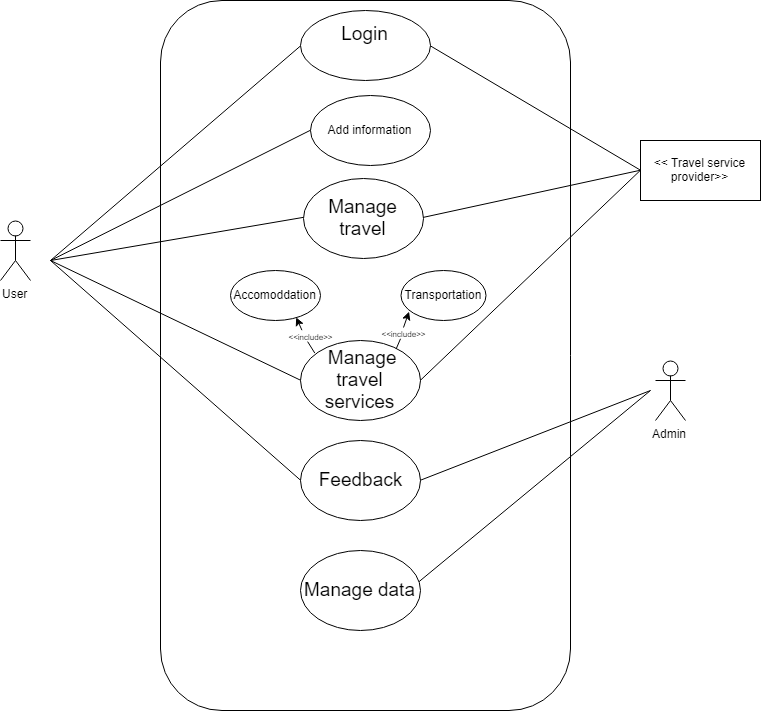
This is Functional/Usecase.png from group-c/sw-project, a draw.io export, as it was before one commit. Source tidied: cells renumbered, new cells last; positions are measured from the earlier drawing's top-left corner, leaving out a move shared by most shapes. Its diagram source:
```xml
<mxGraphModel>
  <root>
    <mxCell id="0" />
    <mxCell id="1" parent="0" />
    <mxCell id="2" value="User&lt;br&gt;&lt;br&gt;" style="shape=umlActor;verticalLabelPosition=bottom;labelBackgroundColor=#ffffff;verticalAlign=top;html=1;" parent="1" vertex="1">
      <mxGeometry y="220" width="30" height="60" as="geometry" />
    </mxCell>
    <mxCell id="3" style="rounded=1;whiteSpace=wrap;html=1;" parent="1" vertex="1">
      <mxGeometry x="160" width="410" height="710" as="geometry" />
    </mxCell>
    <mxCell id="4" value="&lt;font style=&quot;font-size: 19px&quot;&gt;Login&lt;br&gt;&lt;br&gt;&lt;/font&gt;" style="ellipse;whiteSpace=wrap;html=1;" parent="1" vertex="1">
      <mxGeometry x="300" y="10" width="130" height="70" as="geometry" />
    </mxCell>
    <mxCell id="5" value="&lt;p&gt;&lt;font style=&quot;font-size: 19px&quot;&gt;Manage travel&lt;/font&gt;&lt;/p&gt;" style="ellipse;whiteSpace=wrap;html=1;" parent="1" vertex="1">
      <mxGeometry x="303" y="177.5" width="120" height="80" as="geometry" />
    </mxCell>
    <mxCell id="6" value="&lt;font style=&quot;font-size: 19px&quot;&gt;&amp;nbsp;Manage travel services&lt;/font&gt;&lt;br&gt;" style="ellipse;whiteSpace=wrap;html=1;" parent="1" vertex="1">
      <mxGeometry x="300" y="340" width="120" height="80" as="geometry" />
    </mxCell>
    <mxCell id="7" style="endArrow=none;html=1;entryX=0;entryY=0.5;entryDx=0;entryDy=0;" parent="1" edge="1" target="4">
      <mxGeometry relative="1" as="geometry">
        <mxPoint x="50" y="260" as="sourcePoint" />
      </mxGeometry>
    </mxCell>
    <mxCell id="8" style="endArrow=none;html=1;exitX=0;exitY=0.5;exitDx=0;exitDy=0;" parent="1" edge="1" source="5">
      <mxGeometry relative="1" as="geometry">
        <mxPoint x="50" y="260" as="targetPoint" />
      </mxGeometry>
    </mxCell>
    <mxCell id="9" style="endArrow=none;html=1;exitX=0;exitY=0.5;exitDx=0;exitDy=0;" parent="1" edge="1" source="6">
      <mxGeometry relative="1" as="geometry">
        <mxPoint x="50" y="260" as="targetPoint" />
      </mxGeometry>
    </mxCell>
    <mxCell id="10" value="Admin&lt;br&gt;&lt;br&gt;" style="shape=umlActor;verticalLabelPosition=bottom;labelBackgroundColor=#ffffff;verticalAlign=top;html=1;" parent="1" vertex="1">
      <mxGeometry x="655" y="360" width="30" height="60" as="geometry" />
    </mxCell>
    <mxCell id="11" value="&lt;font style=&quot;font-size: 19px&quot;&gt;Feedback&lt;/font&gt;" style="ellipse;whiteSpace=wrap;html=1;" parent="1" vertex="1">
      <mxGeometry x="300" y="440" width="120" height="80" as="geometry" />
    </mxCell>
    <mxCell id="12" value="&amp;lt;&amp;lt; Travel service provider&amp;gt;&amp;gt;" style="rounded=0;whiteSpace=wrap;html=1;" parent="1" vertex="1">
      <mxGeometry x="640" y="140" width="120" height="60" as="geometry" />
    </mxCell>
    <mxCell id="13" style="endArrow=none;html=1;entryX=0;entryY=0.5;entryDx=0;entryDy=0;exitX=1;exitY=0.5;exitDx=0;exitDy=0;" parent="1" edge="1" source="5" target="12">
      <mxGeometry relative="1" as="geometry" />
    </mxCell>
    <mxCell id="14" value="Accomoddation" style="ellipse;whiteSpace=wrap;html=1;" parent="1" vertex="1">
      <mxGeometry x="230" y="270" width="90" height="50" as="geometry" />
    </mxCell>
    <mxCell id="15" value="Transportation" style="ellipse;whiteSpace=wrap;html=1;" parent="1" vertex="1">
      <mxGeometry x="400" y="270" width="85" height="50" as="geometry" />
    </mxCell>
    <mxCell id="16" style="endArrow=none;html=1;entryX=0;entryY=0.5;entryDx=0;entryDy=0;exitX=1;exitY=0.5;exitDx=0;exitDy=0;" parent="1" edge="1" source="6" target="12">
      <mxGeometry relative="1" as="geometry" />
    </mxCell>
    <mxCell id="17" style="endArrow=none;html=1;exitX=0;exitY=0.5;exitDx=0;exitDy=0;" parent="1" edge="1" source="11">
      <mxGeometry relative="1" as="geometry">
        <mxPoint x="50" y="260" as="targetPoint" />
      </mxGeometry>
    </mxCell>
    <mxCell id="18" style="endArrow=none;html=1;exitX=1;exitY=0.5;exitDx=0;exitDy=0;" parent="1" edge="1" source="11">
      <mxGeometry relative="1" as="geometry">
        <mxPoint x="650" y="390" as="targetPoint" />
      </mxGeometry>
    </mxCell>
    <mxCell id="19" value="&lt;font style=&quot;font-size: 8px&quot;&gt;&amp;lt;&amp;lt;include&amp;gt;&amp;gt;&lt;/font&gt;" style="text;html=1;strokeColor=none;fillColor=none;align=center;verticalAlign=middle;whiteSpace=wrap;rounded=0;" parent="1" vertex="1">
      <mxGeometry x="290" y="330" width="40" height="10" as="geometry" />
    </mxCell>
    <mxCell id="20" style="endArrow=none;html=1;entryX=0.431;entryY=1.118;entryDx=0;entryDy=0;entryPerimeter=0;exitX=0.122;exitY=0.161;exitDx=0;exitDy=0;exitPerimeter=0;" parent="1" edge="1" source="6" target="19">
      <mxGeometry relative="1" as="geometry" />
    </mxCell>
    <mxCell id="21" style="endArrow=classic;html=1;entryX=0.729;entryY=0.941;entryDx=0;entryDy=0;entryPerimeter=0;exitX=0.276;exitY=-0.046;exitDx=0;exitDy=0;exitPerimeter=0;" parent="1" edge="1" source="19" target="14">
      <mxGeometry relative="1" as="geometry" />
    </mxCell>
    <mxCell id="22" value="&lt;font style=&quot;font-size: 8px&quot;&gt;&amp;lt;&amp;lt;include&amp;gt;&amp;gt;&lt;/font&gt;" style="text;html=1;strokeColor=none;fillColor=none;align=center;verticalAlign=middle;whiteSpace=wrap;rounded=0;" parent="1" vertex="1">
      <mxGeometry x="383" y="326.5" width="40" height="10" as="geometry" />
    </mxCell>
    <mxCell id="23" style="endArrow=none;html=1;exitX=0.8;exitY=0.1;exitDx=0;exitDy=0;exitPerimeter=0;entryX=0.431;entryY=1.118;entryDx=0;entryDy=0;entryPerimeter=0;" parent="1" edge="1" source="6" target="22">
      <mxGeometry relative="1" as="geometry" />
    </mxCell>
    <mxCell id="24" style="endArrow=classic;html=1;entryX=0.106;entryY=0.827;entryDx=0;entryDy=0;entryPerimeter=0;" parent="1" edge="1" target="15">
      <mxGeometry relative="1" as="geometry">
        <mxPoint x="403" y="327" as="sourcePoint" />
      </mxGeometry>
    </mxCell>
    <mxCell id="25" value="&lt;font style=&quot;font-size: 19px&quot;&gt;Manage data&lt;br&gt;&lt;/font&gt;" style="ellipse;whiteSpace=wrap;html=1;" parent="1" vertex="1">
      <mxGeometry x="300" y="550" width="120" height="80" as="geometry" />
    </mxCell>
    <mxCell id="26" style="endArrow=none;html=1;exitX=0.988;exitY=0.384;exitDx=0;exitDy=0;exitPerimeter=0;" parent="1" edge="1" source="25">
      <mxGeometry relative="1" as="geometry">
        <mxPoint x="650" y="390" as="targetPoint" />
      </mxGeometry>
    </mxCell>
    <mxCell id="27" value="&lt;span&gt;Add information&lt;/span&gt;" style="ellipse;whiteSpace=wrap;html=1;" parent="1" vertex="1">
      <mxGeometry x="310" y="95" width="120" height="70" as="geometry" />
    </mxCell>
    <mxCell id="28" style="endArrow=none;html=1;entryX=0;entryY=0.5;entryDx=0;entryDy=0;" parent="1" edge="1" target="27">
      <mxGeometry relative="1" as="geometry">
        <mxPoint x="50" y="260" as="sourcePoint" />
      </mxGeometry>
    </mxCell>
    <mxCell id="29" style="endArrow=none;html=1;entryX=1;entryY=0.5;entryDx=0;entryDy=0;exitX=0;exitY=0.5;exitDx=0;exitDy=0;" parent="1" edge="1" source="12" target="4">
      <mxGeometry relative="1" as="geometry" />
    </mxCell>
  </root>
</mxGraphModel>
```
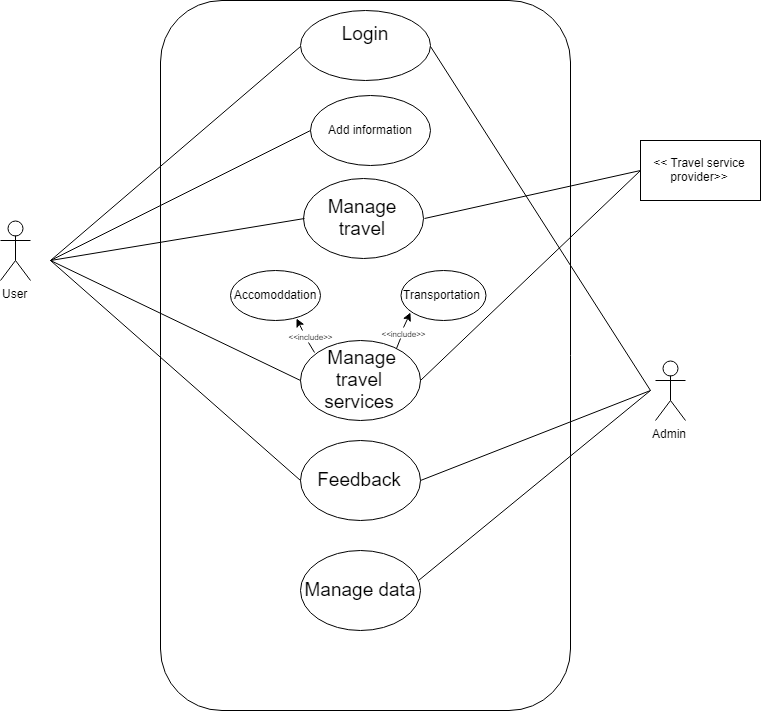
Later version of the same file.

What changed in the source:
```diff
@@ -17,21 +17,21 @@
     <mxCell id="6" value="&lt;font style=&quot;font-size: 19px&quot;&gt;&amp;nbsp;Manage travel services&lt;/font&gt;&lt;br&gt;" style="ellipse;whiteSpace=wrap;html=1;" parent="1" vertex="1">
       <mxGeometry x="300" y="340" width="120" height="80" as="geometry" />
     </mxCell>
-    <mxCell id="7" style="endArrow=none;html=1;entryX=0;entryY=0.5;entryDx=0;entryDy=0;" parent="1" edge="1" target="4">
-      <mxGeometry relative="1" as="geometry">
-        <mxPoint x="50" y="260" as="sourcePoint" />
-      </mxGeometry>
-    </mxCell>
-    <mxCell id="8" style="endArrow=none;html=1;exitX=0;exitY=0.5;exitDx=0;exitDy=0;" parent="1" edge="1" source="5">
-      <mxGeometry relative="1" as="geometry">
-        <mxPoint x="50" y="260" as="targetPoint" />
-      </mxGeometry>
-    </mxCell>
-    <mxCell id="9" style="endArrow=none;html=1;exitX=0;exitY=0.5;exitDx=0;exitDy=0;" parent="1" edge="1" source="6">
-      <mxGeometry relative="1" as="geometry">
-        <mxPoint x="50" y="260" as="targetPoint" />
-      </mxGeometry>
-    </mxCell>
+    <mxCell id="30" style="endArrow=none;html=1;entryX=0;entryY=0.5;entryDx=0;entryDy=0;" parent="1" edge="1" target="4">
+      <mxGeometry relative="1" as="geometry">
+        <mxPoint x="50" y="260" as="sourcePoint" />
+      </mxGeometry>
+    </mxCell>
+    <mxCell id="31" style="endArrow=none;html=1;exitX=0;exitY=0.5;exitDx=0;exitDy=0;" parent="1" edge="1" source="5">
+      <mxGeometry relative="1" as="geometry">
+        <mxPoint x="50" y="260" as="targetPoint" />
+      </mxGeometry>
+    </mxCell>
+    <mxCell id="32" style="endArrow=none;html=1;exitX=0;exitY=0.5;exitDx=0;exitDy=0;" parent="1" edge="1" source="6">
+      <mxGeometry relative="1" as="geometry">
+        <mxPoint x="50" y="260" as="targetPoint" />
+      </mxGeometry>
+    </mxCell>
     <mxCell id="10" value="Admin&lt;br&gt;&lt;br&gt;" style="shape=umlActor;verticalLabelPosition=bottom;labelBackgroundColor=#ffffff;verticalAlign=top;html=1;" parent="1" vertex="1">
       <mxGeometry x="655" y="360" width="30" height="60" as="geometry" />
     </mxCell>
@@ -53,16 +53,16 @@
     <mxCell id="16" style="endArrow=none;html=1;entryX=0;entryY=0.5;entryDx=0;entryDy=0;exitX=1;exitY=0.5;exitDx=0;exitDy=0;" parent="1" edge="1" source="6" target="12">
       <mxGeometry relative="1" as="geometry" />
     </mxCell>
-    <mxCell id="17" style="endArrow=none;html=1;exitX=0;exitY=0.5;exitDx=0;exitDy=0;" parent="1" edge="1" source="11">
-      <mxGeometry relative="1" as="geometry">
-        <mxPoint x="50" y="260" as="targetPoint" />
-      </mxGeometry>
-    </mxCell>
-    <mxCell id="18" style="endArrow=none;html=1;exitX=1;exitY=0.5;exitDx=0;exitDy=0;" parent="1" edge="1" source="11">
-      <mxGeometry relative="1" as="geometry">
-        <mxPoint x="650" y="390" as="targetPoint" />
-      </mxGeometry>
-    </mxCell>
+    <mxCell id="33" style="endArrow=none;html=1;exitX=0;exitY=0.5;exitDx=0;exitDy=0;" parent="1" edge="1" source="11">
+      <mxGeometry relative="1" as="geometry">
+        <mxPoint x="50" y="260" as="targetPoint" />
+      </mxGeometry>
+    </mxCell>
+    <mxCell id="34" style="endArrow=none;html=1;exitX=1;exitY=0.5;exitDx=0;exitDy=0;" parent="1" edge="1" source="11">
+      <mxGeometry relative="1" as="geometry">
+        <mxPoint x="650" y="390" as="targetPoint" />
+      </mxGeometry>
+    </mxCell>
     <mxCell id="19" value="&lt;font style=&quot;font-size: 8px&quot;&gt;&amp;lt;&amp;lt;include&amp;gt;&amp;gt;&lt;/font&gt;" style="text;html=1;strokeColor=none;fillColor=none;align=center;verticalAlign=middle;whiteSpace=wrap;rounded=0;" parent="1" vertex="1">
       <mxGeometry x="290" y="330" width="40" height="10" as="geometry" />
     </mxCell>
@@ -78,29 +78,31 @@
     <mxCell id="23" style="endArrow=none;html=1;exitX=0.8;exitY=0.1;exitDx=0;exitDy=0;exitPerimeter=0;entryX=0.431;entryY=1.118;entryDx=0;entryDy=0;entryPerimeter=0;" parent="1" edge="1" source="6" target="22">
       <mxGeometry relative="1" as="geometry" />
     </mxCell>
-    <mxCell id="24" style="endArrow=classic;html=1;entryX=0.106;entryY=0.827;entryDx=0;entryDy=0;entryPerimeter=0;" parent="1" edge="1" target="15">
-      <mxGeometry relative="1" as="geometry">
-        <mxPoint x="403" y="327" as="sourcePoint" />
-      </mxGeometry>
-    </mxCell>
+    <mxCell id="35" style="endArrow=classic;html=1;entryX=0.106;entryY=0.827;entryDx=0;entryDy=0;entryPerimeter=0;" parent="1" edge="1" target="15">
+      <mxGeometry relative="1" as="geometry">
+        <mxPoint x="403" y="327" as="sourcePoint" />
+      </mxGeometry>
+    </mxCell>
     <mxCell id="25" value="&lt;font style=&quot;font-size: 19px&quot;&gt;Manage data&lt;br&gt;&lt;/font&gt;" style="ellipse;whiteSpace=wrap;html=1;" parent="1" vertex="1">
       <mxGeometry x="300" y="550" width="120" height="80" as="geometry" />
     </mxCell>
-    <mxCell id="26" style="endArrow=none;html=1;exitX=0.988;exitY=0.384;exitDx=0;exitDy=0;exitPerimeter=0;" parent="1" edge="1" source="25">
-      <mxGeometry relative="1" as="geometry">
-        <mxPoint x="650" y="390" as="targetPoint" />
-      </mxGeometry>
-    </mxCell>
+    <mxCell id="36" style="endArrow=none;html=1;exitX=0.988;exitY=0.384;exitDx=0;exitDy=0;exitPerimeter=0;" parent="1" edge="1" source="25">
+      <mxGeometry relative="1" as="geometry">
+        <mxPoint x="650" y="390" as="targetPoint" />
+      </mxGeometry>
+    </mxCell>
     <mxCell id="27" value="&lt;span&gt;Add information&lt;/span&gt;" style="ellipse;whiteSpace=wrap;html=1;" parent="1" vertex="1">
       <mxGeometry x="310" y="95" width="120" height="70" as="geometry" />
     </mxCell>
-    <mxCell id="28" style="endArrow=none;html=1;entryX=0;entryY=0.5;entryDx=0;entryDy=0;" parent="1" edge="1" target="27">
-      <mxGeometry relative="1" as="geometry">
-        <mxPoint x="50" y="260" as="sourcePoint" />
-      </mxGeometry>
-    </mxCell>
-    <mxCell id="29" style="endArrow=none;html=1;entryX=1;entryY=0.5;entryDx=0;entryDy=0;exitX=0;exitY=0.5;exitDx=0;exitDy=0;" parent="1" edge="1" source="12" target="4">
-      <mxGeometry relative="1" as="geometry" />
-    </mxCell>
+    <mxCell id="37" style="endArrow=none;html=1;entryX=0;entryY=0.5;entryDx=0;entryDy=0;" parent="1" edge="1" target="27">
+      <mxGeometry relative="1" as="geometry">
+        <mxPoint x="50" y="260" as="sourcePoint" />
+      </mxGeometry>
+    </mxCell>
+    <mxCell id="38" style="endArrow=none;html=1;entryX=1;entryY=0.5;entryDx=0;entryDy=0;" parent="1" edge="1" target="4">
+      <mxGeometry relative="1" as="geometry">
+        <mxPoint x="650" y="390" as="sourcePoint" />
+      </mxGeometry>
+    </mxCell>
   </root>
 </mxGraphModel>
```
